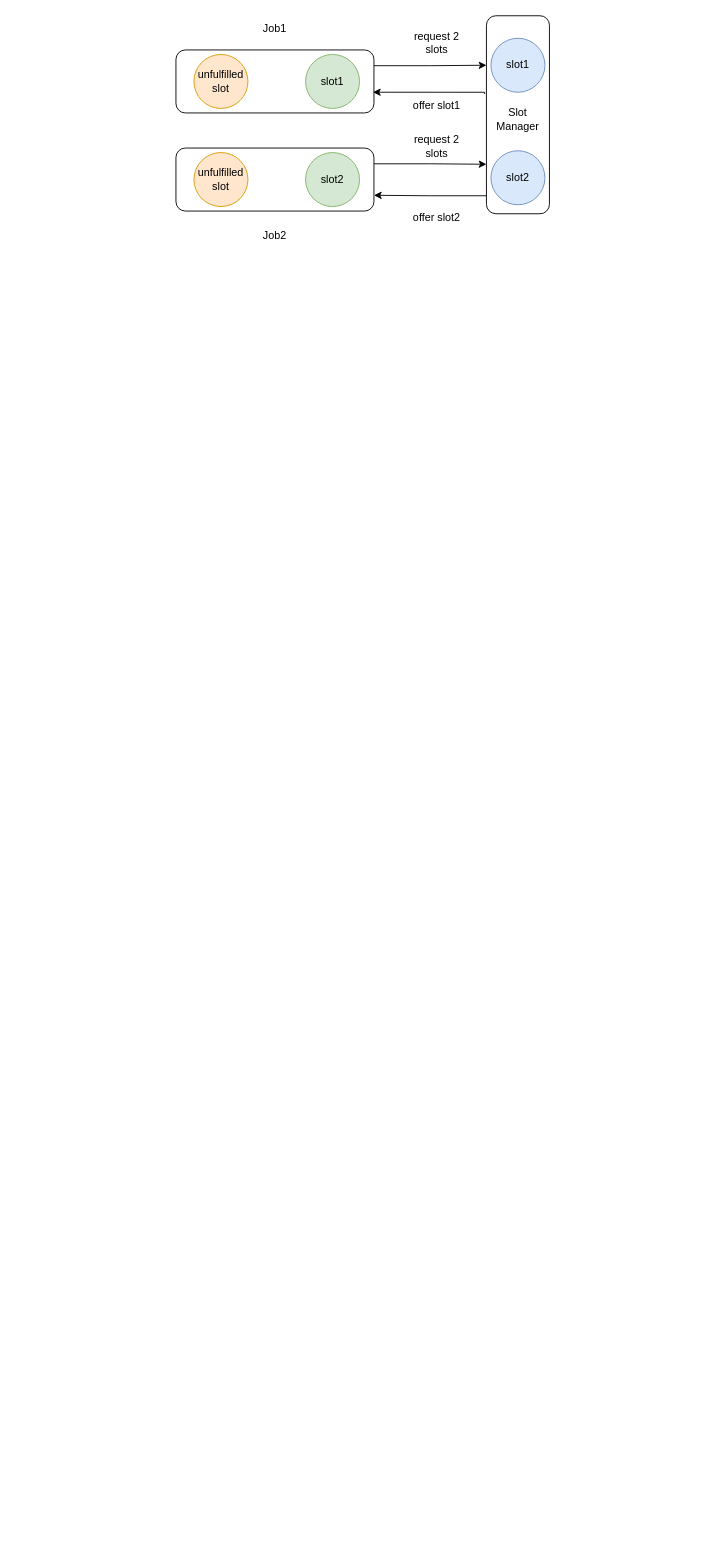
Before: Untitled Diagram.drawio in reswqa/GWJ, a draw.io diagram. Source tidied: cells renumbered, new cells numbered last; positions are measured from the earlier drawing's top-left corner, leaving out a move shared by most shapes. Both pictures are drawn from the tidied source at 90%, with x=0, y=0 at pixel (176, 15).
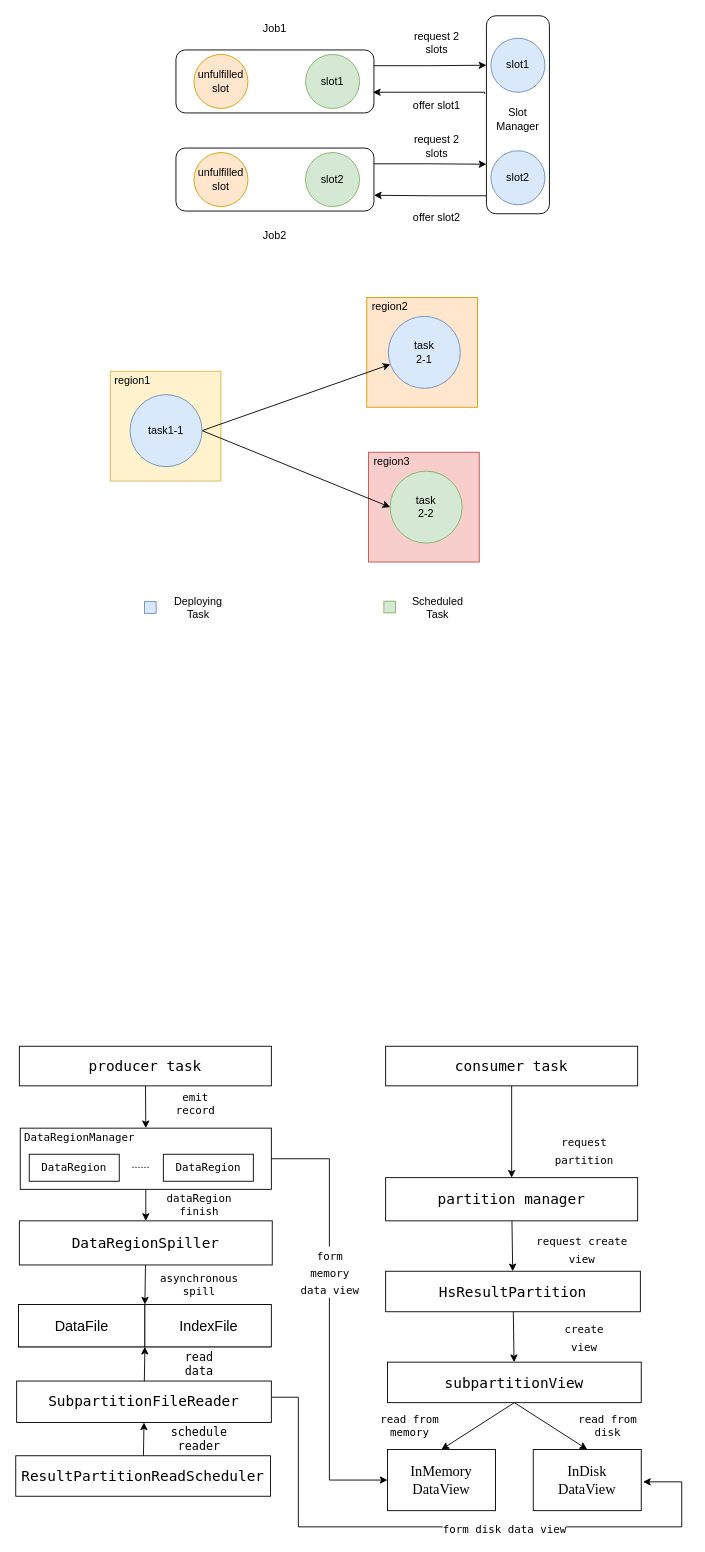
The same diagram, later.

Diff of the diagram source:
```diff
@@
+    <mxCell id="22" style="rounded=0;whiteSpace=wrap;html=1;labelBackgroundColor=none;strokeColor=#b85450;fillColor=#f8cecc;" parent="1" vertex="1">
+      <mxGeometry x="214" y="485" width="123" height="122" as="geometry" />
+    </mxCell>
+    <mxCell id="23" style="rounded=0;whiteSpace=wrap;html=1;labelBackgroundColor=none;strokeColor=#d79b00;fillColor=#ffe6cc;gradientColor=none;" parent="1" vertex="1">
+      <mxGeometry x="212" y="313" width="123" height="122" as="geometry" />
+    </mxCell>
+    <mxCell id="24" style="rounded=0;whiteSpace=wrap;html=1;labelBackgroundColor=none;strokeColor=#d6b656;fillColor=#fff2cc;" parent="1" vertex="1">
+      <mxGeometry x="-73" y="395" width="123" height="122" as="geometry" />
+    </mxCell>
@@
+    <mxCell id="25" value="task&lt;br&gt;2-1" style="ellipse;whiteSpace=wrap;html=1;labelBackgroundColor=none;strokeColor=#6c8ebf;fillColor=#dae8fc;" parent="1" vertex="1">
+      <mxGeometry x="236" y="334" width="80" height="80" as="geometry" />
+    </mxCell>
+    <mxCell id="26" value="task&lt;br&gt;2-2" style="ellipse;whiteSpace=wrap;html=1;labelBackgroundColor=none;strokeColor=#82b366;fillColor=#d5e8d4;" parent="1" vertex="1">
+      <mxGeometry x="238" y="506" width="80" height="80" as="geometry" />
+    </mxCell>
+    <mxCell id="27" style="rounded=0;jettySize=auto;html=1;exitX=1;exitY=0.5;exitDx=0;exitDy=0;" parent="1" edge="1" source="29" target="25">
+      <mxGeometry relative="1" as="geometry" />
+    </mxCell>
+    <mxCell id="28" style="edgeStyle=none;rounded=0;jettySize=auto;html=1;exitX=1;exitY=0.5;exitDx=0;exitDy=0;entryX=0;entryY=0.5;entryDx=0;entryDy=0;" parent="1" edge="1" source="29" target="26">
+      <mxGeometry relative="1" as="geometry" />
+    </mxCell>
+    <mxCell id="29" value="task1-1" style="ellipse;whiteSpace=wrap;html=1;labelBackgroundColor=none;strokeColor=#6c8ebf;fillColor=#dae8fc;" parent="1" vertex="1">
+      <mxGeometry x="-51" y="421" width="80" height="80" as="geometry" />
+    </mxCell>
+    <mxCell id="30" value="region1" style="text;html=1;strokeColor=none;fillColor=none;align=center;verticalAlign=middle;whiteSpace=wrap;rounded=0;labelBackgroundColor=none;" parent="1" vertex="1">
+      <mxGeometry x="-78" y="391" width="60" height="30" as="geometry" />
+    </mxCell>
+    <mxCell id="31" value="region2" style="text;html=1;strokeColor=none;fillColor=none;align=center;verticalAlign=middle;whiteSpace=wrap;rounded=0;labelBackgroundColor=none;" parent="1" vertex="1">
+      <mxGeometry x="208" y="308" width="60" height="30" as="geometry" />
+    </mxCell>
+    <mxCell id="32" value="region3" style="text;html=1;strokeColor=none;fillColor=none;align=center;verticalAlign=middle;whiteSpace=wrap;rounded=0;labelBackgroundColor=none;" parent="1" vertex="1">
+      <mxGeometry x="210" y="481" width="60" height="30" as="geometry" />
+    </mxCell>
+    <mxCell id="33" style="rounded=0;whiteSpace=wrap;html=1;labelBackgroundColor=none;strokeColor=#6c8ebf;fillColor=#dae8fc;sketch=0;" parent="1" vertex="1">
+      <mxGeometry x="-35" y="651" width="13" height="13" as="geometry" />
+    </mxCell>
+    <mxCell id="34" value="Deploying&lt;br&gt;Task" style="text;html=1;strokeColor=none;fillColor=none;align=center;verticalAlign=middle;whiteSpace=wrap;rounded=0;labelBackgroundColor=none;" parent="1" vertex="1">
+      <mxGeometry x="-5" y="643" width="60" height="30" as="geometry" />
+    </mxCell>
+    <mxCell id="35" style="rounded=0;whiteSpace=wrap;html=1;labelBackgroundColor=none;strokeColor=#82b366;fillColor=#d5e8d4;" parent="1" vertex="1">
+      <mxGeometry x="231" y="650.5" width="13" height="13" as="geometry" />
+    </mxCell>
+    <mxCell id="36" value="Scheduled Task" style="text;html=1;strokeColor=none;fillColor=none;align=center;verticalAlign=middle;whiteSpace=wrap;rounded=0;labelBackgroundColor=none;" parent="1" vertex="1">
+      <mxGeometry x="261" y="642.5" width="60" height="30" as="geometry" />
+    </mxCell>
+    <mxCell id="37" style="edgeStyle=none;rounded=0;jettySize=auto;html=1;endArrow=classic;endFill=1;entryX=0.5;entryY=0;entryDx=0;entryDy=0;" parent="1" edge="1" source="38" target="45">
+      <mxGeometry relative="1" as="geometry" />
+    </mxCell>
+    <mxCell id="38" value="&lt;font face=&quot;monaco, monospace&quot; style=&quot;font-size: 16px&quot;&gt;producer task&lt;/font&gt;" style="rounded=0;whiteSpace=wrap;html=1;shadow=0;glass=0;labelBackgroundColor=none;sketch=0;strokeColor=default;fillColor=default;gradientColor=none;" parent="1" vertex="1">
+      <mxGeometry x="-174" y="1145" width="280" height="44" as="geometry" />
+    </mxCell>
+    <mxCell id="39" style="edgeStyle=none;rounded=0;jettySize=auto;html=1;endArrow=classic;endFill=1;" parent="1" edge="1" source="45" target="43">
+      <mxGeometry relative="1" as="geometry" />
+    </mxCell>
+    <mxCell id="40" value="&lt;font face=&quot;monaco, monospace&quot;&gt;emit&lt;br&gt;record&lt;/font&gt;" style="text;html=1;strokeColor=none;fillColor=none;align=center;verticalAlign=middle;whiteSpace=wrap;rounded=0;shadow=0;glass=0;labelBackgroundColor=none;sketch=0;" parent="1" vertex="1">
+      <mxGeometry x="-8" y="1194" width="60" height="30" as="geometry" />
+    </mxCell>
+    <mxCell id="41" style="rounded=0;whiteSpace=wrap;html=1;shadow=0;glass=0;labelBackgroundColor=none;sketch=0;strokeColor=default;fillColor=default;gradientColor=none;" parent="1" vertex="1">
+      <mxGeometry x="-175" y="1432" width="280" height="47" as="geometry" />
+    </mxCell>
+    <mxCell id="42" style="edgeStyle=none;rounded=0;jettySize=auto;html=1;endArrow=classic;endFill=1;entryX=0;entryY=0;entryDx=0;entryDy=0;" parent="1" edge="1" source="43" target="53">
+      <mxGeometry relative="1" as="geometry" />
+    </mxCell>
+    <mxCell id="43" value="&lt;font face=&quot;monaco, monospace&quot; style=&quot;font-size: 16px&quot;&gt;DataRegionSpiller&lt;/font&gt;" style="rounded=0;whiteSpace=wrap;html=1;shadow=0;glass=0;labelBackgroundColor=none;sketch=0;strokeColor=default;fillColor=default;gradientColor=none;" parent="1" vertex="1">
+      <mxGeometry x="-174" y="1339" width="281" height="49" as="geometry" />
+    </mxCell>
+    <mxCell id="44" style="group;" parent="1" vertex="1">
+      <mxGeometry x="-173" y="1232" width="279" height="72" as="geometry" />
+    </mxCell>
+    <mxCell id="45" style="rounded=0;whiteSpace=wrap;html=1;shadow=0;glass=0;labelBackgroundColor=none;sketch=0;strokeColor=default;fillColor=default;gradientColor=none;" parent="44" vertex="1">
+      <mxGeometry y="4" width="279" height="68" as="geometry" />
+    </mxCell>
+    <mxCell id="46" value="&lt;font face=&quot;monaco, monospace&quot;&gt;DataRegion&lt;/font&gt;" style="rounded=0;whiteSpace=wrap;html=1;shadow=0;glass=0;labelBackgroundColor=none;sketch=0;strokeColor=default;fillColor=default;gradientColor=none;" parent="44" vertex="1">
+      <mxGeometry x="10" y="33" width="100" height="30" as="geometry" />
+    </mxCell>
+    <mxCell id="47" value="&lt;font face=&quot;monaco, monospace&quot;&gt;DataRegion&lt;/font&gt;" style="rounded=0;whiteSpace=wrap;html=1;shadow=0;glass=0;labelBackgroundColor=none;sketch=0;strokeColor=default;fillColor=default;gradientColor=none;" parent="44" vertex="1">
+      <mxGeometry x="159" y="33" width="100" height="30" as="geometry" />
+    </mxCell>
+    <mxCell id="48" value="......" style="text;html=1;strokeColor=none;fillColor=none;align=center;verticalAlign=middle;whiteSpace=wrap;rounded=0;shadow=0;glass=0;labelBackgroundColor=none;sketch=0;" parent="44" vertex="1">
+      <mxGeometry x="104" y="30" width="60" height="30" as="geometry" />
+    </mxCell>
+    <mxCell id="49" value="&lt;font face=&quot;monaco, monospace&quot;&gt;DataRegionManager&lt;/font&gt;" style="text;html=1;strokeColor=none;fillColor=none;align=center;verticalAlign=middle;whiteSpace=wrap;rounded=0;shadow=0;glass=0;labelBackgroundColor=none;sketch=0;" parent="44" vertex="1">
+      <mxGeometry x="36" width="60" height="30" as="geometry" />
+    </mxCell>
+    <mxCell id="50" style="group;fontSize=16;" parent="1" vertex="1">
+      <mxGeometry x="-176" y="1432" width="281" height="47" as="geometry" />
+    </mxCell>
+    <mxCell id="51" style="group;" parent="50" vertex="1">
+      <mxGeometry x="1" width="281" height="47" as="geometry" />
+    </mxCell>
+    <mxCell id="52" value="&lt;font style=&quot;font-size: 16px&quot;&gt;DataFile&lt;/font&gt;" style="rounded=0;whiteSpace=wrap;html=1;shadow=0;glass=0;labelBackgroundColor=none;sketch=0;strokeColor=default;fillColor=default;gradientColor=none;" parent="51" vertex="1">
+      <mxGeometry width="140.5" height="47" as="geometry" />
+    </mxCell>
+    <mxCell id="53" value="&lt;font style=&quot;font-size: 16px&quot;&gt;IndexFile&lt;/font&gt;" style="rounded=0;whiteSpace=wrap;html=1;shadow=0;glass=0;labelBackgroundColor=none;sketch=0;strokeColor=default;fillColor=default;gradientColor=none;" parent="51" vertex="1">
+      <mxGeometry x="140.5" width="140.5" height="47" as="geometry" />
+    </mxCell>
+    <mxCell id="54" value="&lt;font face=&quot;monaco, monospace&quot;&gt;dataRegion&lt;br&gt;finish&lt;/font&gt;" style="text;html=1;strokeColor=none;fillColor=none;align=center;verticalAlign=middle;whiteSpace=wrap;rounded=0;shadow=0;glass=0;labelBackgroundColor=none;sketch=0;" parent="1" vertex="1">
+      <mxGeometry x="-4" y="1306" width="60" height="30" as="geometry" />
+    </mxCell>
+    <mxCell id="55" value="&lt;font face=&quot;monaco, monospace&quot;&gt;asynchronous&lt;br&gt;spill&lt;/font&gt;" style="text;html=1;strokeColor=none;fillColor=none;align=center;verticalAlign=middle;whiteSpace=wrap;rounded=0;shadow=0;glass=0;labelBackgroundColor=none;sketch=0;" parent="1" vertex="1">
+      <mxGeometry x="-4" y="1395" width="60" height="30" as="geometry" />
+    </mxCell>
+    <mxCell id="56" style="edgeStyle=none;rounded=0;jettySize=auto;html=1;fontFamily=Times New Roman;fontSize=16;endArrow=classic;endFill=1;entryX=0;entryY=1;entryDx=0;entryDy=0;" parent="1" edge="1" source="59" target="53">
+      <mxGeometry relative="1" as="geometry" />
+    </mxCell>
+    <mxCell id="57" style="edgeStyle=orthogonalEdgeStyle;rounded=0;orthogonalLoop=1;jettySize=auto;html=1;entryX=1.017;entryY=0.603;entryDx=0;entryDy=0;fontFamily=Times New Roman;fontSize=16;endArrow=classic;endFill=1;entryPerimeter=0;" parent="1" edge="1">
+      <mxGeometry relative="1" as="geometry">
+        <mxPoint x="106" y="1535" as="sourcePoint" />
+        <mxPoint x="519" y="1629" as="targetPoint" />
+        <Array as="points">
+          <mxPoint x="136" y="1535" />
+          <mxPoint x="136" y="1679" />
+          <mxPoint x="562" y="1679" />
+          <mxPoint x="562" y="1629" />
+        </Array>
+      </mxGeometry>
+    </mxCell>
+    <mxCell id="58" value="&lt;font face=&quot;monaco, monospace&quot; style=&quot;font-size: 12px&quot;&gt;form disk data view&lt;/font&gt;" style="edgeLabel;html=1;align=center;verticalAlign=middle;fontSize=16;fontFamily=Times New Roman;" parent="57" vertex="1">
+      <mxGeometry x="0.16" relative="1" as="geometry" />
+    </mxCell>
+    <mxCell id="59" value="&lt;pre style=&quot;background-color: rgb(255 , 255 , 255) ; color: rgb(8 , 8 , 8) ; font-size: 12pt&quot;&gt;&lt;span style=&quot;color: rgb(0 , 0 , 0)&quot;&gt;&lt;font face=&quot;monaco, monospace&quot;&gt;SubpartitionFileReader&lt;/font&gt;&lt;/span&gt;&lt;/pre&gt;" style="rounded=0;whiteSpace=wrap;html=1;shadow=0;glass=0;labelBackgroundColor=none;sketch=0;strokeColor=default;fillColor=default;gradientColor=none;" parent="1" vertex="1">
+      <mxGeometry x="-177" y="1517" width="283" height="46" as="geometry" />
+    </mxCell>
+    <mxCell id="60" value="&lt;font face=&quot;monaco, monospace&quot; style=&quot;font-size: 13px;&quot;&gt;read&lt;br style=&quot;font-size: 13px;&quot;&gt;data&lt;/font&gt;" style="text;html=1;strokeColor=none;fillColor=none;align=center;verticalAlign=middle;whiteSpace=wrap;rounded=0;shadow=0;glass=0;labelBackgroundColor=none;sketch=0;fontFamily=Times New Roman;fontSize=13;" parent="1" vertex="1">
+      <mxGeometry x="-4" y="1483" width="60" height="30" as="geometry" />
+    </mxCell>
+    <mxCell id="61" style="edgeStyle=none;rounded=0;jettySize=auto;html=1;fontFamily=Times New Roman;fontSize=13;endArrow=classic;endFill=1;entryX=0.5;entryY=1;entryDx=0;entryDy=0;" parent="1" edge="1" source="62" target="59">
+      <mxGeometry relative="1" as="geometry" />
+    </mxCell>
+    <mxCell id="62" value="&lt;pre style=&quot;background-color: #ffffff ; color: #080808 ; font-family: &amp;#34;monaco&amp;#34; , monospace ; font-size: 12.0pt&quot;&gt;&lt;span style=&quot;color: #000000&quot;&gt;ResultPartitionReadScheduler&lt;/span&gt;&lt;/pre&gt;" style="rounded=0;whiteSpace=wrap;html=1;shadow=0;glass=0;labelBackgroundColor=none;sketch=0;fontFamily=Times New Roman;fontSize=13;strokeColor=default;fillColor=default;gradientColor=none;" parent="1" vertex="1">
+      <mxGeometry x="-178" y="1600" width="283" height="45" as="geometry" />
+    </mxCell>
+    <mxCell id="63" value="&lt;font face=&quot;monaco, monospace&quot;&gt;schedule&lt;br&gt;reader&lt;/font&gt;" style="text;html=1;strokeColor=none;fillColor=none;align=center;verticalAlign=middle;whiteSpace=wrap;rounded=0;shadow=0;glass=0;labelBackgroundColor=none;sketch=0;fontFamily=Times New Roman;fontSize=13;" parent="1" vertex="1">
+      <mxGeometry x="-4" y="1566" width="60" height="30" as="geometry" />
+    </mxCell>
+    <mxCell id="64" style="edgeStyle=none;rounded=0;jettySize=auto;html=1;fontFamily=Times New Roman;fontSize=13;endArrow=classic;endFill=1;" parent="1" edge="1" source="65" target="67">
+      <mxGeometry relative="1" as="geometry" />
+    </mxCell>
+    <mxCell id="65" value="&lt;font face=&quot;monaco, monospace&quot; style=&quot;font-size: 16px&quot;&gt;consumer task&lt;/font&gt;" style="rounded=0;whiteSpace=wrap;html=1;shadow=0;glass=0;labelBackgroundColor=none;sketch=0;strokeColor=default;fillColor=default;gradientColor=none;" parent="1" vertex="1">
+      <mxGeometry x="233" y="1145" width="280" height="44" as="geometry" />
+    </mxCell>
+    <mxCell id="66" style="edgeStyle=none;rounded=0;jettySize=auto;html=1;fontFamily=Times New Roman;fontSize=16;endArrow=classic;endFill=1;" parent="1" edge="1" source="67" target="69">
+      <mxGeometry relative="1" as="geometry" />
+    </mxCell>
+    <mxCell id="67" value="&lt;font face=&quot;monaco, monospace&quot; style=&quot;font-size: 16px&quot;&gt;partition manager&lt;/font&gt;" style="rounded=0;whiteSpace=wrap;html=1;shadow=0;glass=0;labelBackgroundColor=none;sketch=0;strokeColor=default;fillColor=default;gradientColor=none;" parent="1" vertex="1">
+      <mxGeometry x="233" y="1291" width="280" height="48" as="geometry" />
+    </mxCell>
+    <mxCell id="68" style="edgeStyle=none;rounded=0;jettySize=auto;html=1;fontFamily=Times New Roman;fontSize=16;endArrow=classic;endFill=1;" parent="1" edge="1" source="69" target="74">
+      <mxGeometry relative="1" as="geometry" />
+    </mxCell>
+    <mxCell id="69" value="&lt;font face=&quot;monaco, monospace&quot; style=&quot;font-size: 16px&quot;&gt;HsResultPartition&lt;/font&gt;" style="rounded=0;whiteSpace=wrap;html=1;shadow=0;glass=0;labelBackgroundColor=none;sketch=0;strokeColor=default;fillColor=default;gradientColor=none;" parent="1" vertex="1">
+      <mxGeometry x="233" y="1395" width="283" height="45" as="geometry" />
+    </mxCell>
+    <mxCell id="70" value="&lt;font style=&quot;font-size: 12px&quot;&gt;request&lt;br&gt;partition&lt;/font&gt;" style="text;html=1;strokeColor=none;fillColor=none;align=center;verticalAlign=middle;whiteSpace=wrap;rounded=0;shadow=0;glass=0;labelBackgroundColor=none;sketch=0;fontFamily=monaco, monospace;fontSize=16;" parent="1" vertex="1">
+      <mxGeometry x="423.5" y="1245" width="60" height="30" as="geometry" />
+    </mxCell>
+    <mxCell id="71" value="&lt;font style=&quot;font-size: 12px&quot;&gt;request create&lt;br&gt;view&lt;/font&gt;" style="text;html=1;strokeColor=none;fillColor=none;align=center;verticalAlign=middle;whiteSpace=wrap;rounded=0;shadow=0;glass=0;labelBackgroundColor=none;sketch=0;fontFamily=monaco, monospace;fontSize=16;" parent="1" vertex="1">
+      <mxGeometry x="372" y="1354" width="159" height="32" as="geometry" />
+    </mxCell>
+    <mxCell id="72" style="rounded=0;jettySize=auto;html=1;exitX=0.5;exitY=1;exitDx=0;exitDy=0;entryX=0.5;entryY=0;entryDx=0;entryDy=0;fontFamily=monaco, monospace;fontSize=12;endArrow=classic;endFill=1;" parent="1" edge="1" source="74" target="76">
+      <mxGeometry relative="1" as="geometry" />
+    </mxCell>
+    <mxCell id="73" style="edgeStyle=none;rounded=0;jettySize=auto;html=1;entryX=0.5;entryY=0;entryDx=0;entryDy=0;fontFamily=monaco, monospace;fontSize=12;endArrow=classic;endFill=1;exitX=0.5;exitY=1;exitDx=0;exitDy=0;" parent="1" edge="1" source="74" target="79">
+      <mxGeometry relative="1" as="geometry" />
+    </mxCell>
+    <mxCell id="74" value="&lt;font face=&quot;monaco, monospace&quot; style=&quot;font-size: 16px&quot;&gt;subpartitionView&lt;/font&gt;" style="rounded=0;whiteSpace=wrap;html=1;shadow=0;glass=0;labelBackgroundColor=none;sketch=0;strokeColor=default;fillColor=default;gradientColor=none;" parent="1" vertex="1">
+      <mxGeometry x="235" y="1496" width="282" height="45" as="geometry" />
+    </mxCell>
+    <mxCell id="75" value="&lt;font style=&quot;font-size: 12px&quot;&gt;create&lt;br&gt;view&lt;/font&gt;" style="text;html=1;strokeColor=none;fillColor=none;align=center;verticalAlign=middle;whiteSpace=wrap;rounded=0;shadow=0;glass=0;labelBackgroundColor=none;sketch=0;fontFamily=monaco, monospace;fontSize=16;" parent="1" vertex="1">
+      <mxGeometry x="423.5" y="1453" width="60" height="30" as="geometry" />
+    </mxCell>
+    <mxCell id="76" value="InMemory&lt;br&gt;DataView" style="rounded=0;whiteSpace=wrap;html=1;shadow=0;glass=0;labelBackgroundColor=none;sketch=0;fontFamily=Times New Roman;fontSize=16;strokeColor=default;fillColor=default;gradientColor=none;" parent="1" vertex="1">
+      <mxGeometry x="235" y="1593" width="120" height="68" as="geometry" />
+    </mxCell>
+    <mxCell id="77" style="edgeStyle=orthogonalEdgeStyle;rounded=0;jettySize=auto;html=1;entryX=0;entryY=0.5;entryDx=0;entryDy=0;fontFamily=Times New Roman;fontSize=16;endArrow=classic;endFill=1;exitX=1;exitY=0.5;exitDx=0;exitDy=0;" parent="1" edge="1" source="45" target="76">
+      <mxGeometry relative="1" as="geometry" />
+    </mxCell>
+    <mxCell id="78" value="&lt;font face=&quot;monaco, monospace&quot; style=&quot;font-size: 12px&quot;&gt;form&lt;br&gt;memory&lt;br&gt;data view&lt;/font&gt;" style="edgeLabel;html=1;align=center;verticalAlign=middle;fontSize=16;fontFamily=Times New Roman;" parent="77" vertex="1">
+      <mxGeometry x="-0.22" relative="1" as="geometry" />
+    </mxCell>
+    <mxCell id="79" value="InDisk&lt;br&gt;DataView" style="rounded=0;whiteSpace=wrap;html=1;shadow=0;glass=0;labelBackgroundColor=none;sketch=0;fontFamily=Times New Roman;fontSize=16;strokeColor=default;fillColor=default;gradientColor=none;" parent="1" vertex="1">
+      <mxGeometry x="397" y="1593" width="120" height="68" as="geometry" />
+    </mxCell>
+    <mxCell id="80" value="read from memory" style="text;html=1;strokeColor=none;fillColor=none;align=center;verticalAlign=middle;whiteSpace=wrap;rounded=0;shadow=0;glass=0;labelBackgroundColor=none;sketch=0;fontFamily=monaco, monospace;fontSize=12;" parent="1" vertex="1">
+      <mxGeometry x="212" y="1552" width="96" height="30" as="geometry" />
+    </mxCell>
+    <mxCell id="81" value="read from disk" style="text;html=1;strokeColor=none;fillColor=none;align=center;verticalAlign=middle;whiteSpace=wrap;rounded=0;shadow=0;glass=0;labelBackgroundColor=none;sketch=0;fontFamily=monaco, monospace;fontSize=12;" parent="1" vertex="1">
+      <mxGeometry x="432" y="1552" width="96" height="30" as="geometry" />
+    </mxCell>
```
